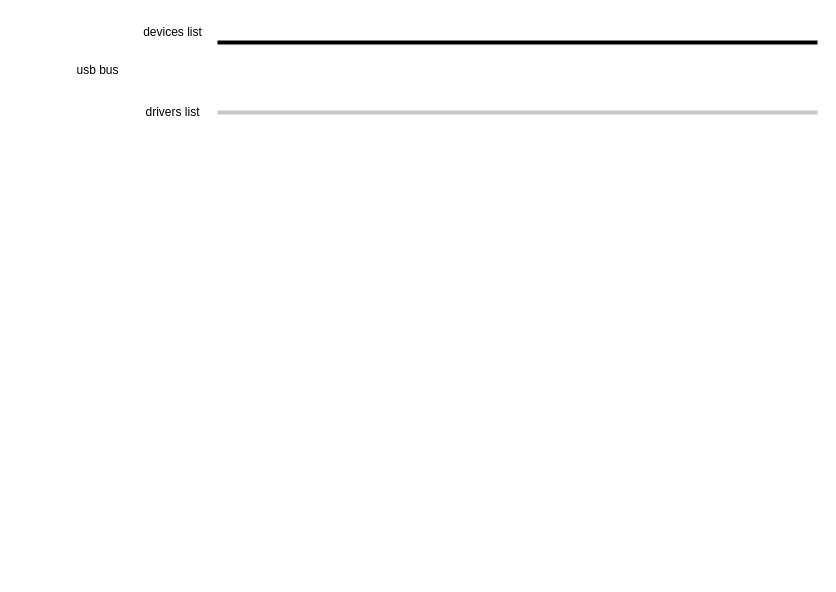
Before: page "第 2 页" (2 of 2) of linux usb 串口驱动框架.drawio in Vinson-001/Blog-flow-chart, a draw.io diagram. Source tidied: cells renumbered, new cells numbered last; positions are measured from the earlier drawing's top-left corner, leaving out a move shared by most shapes. Both pictures are drawn from the tidied source at 100%, with x=0, y=0 at pixel (62, 17).
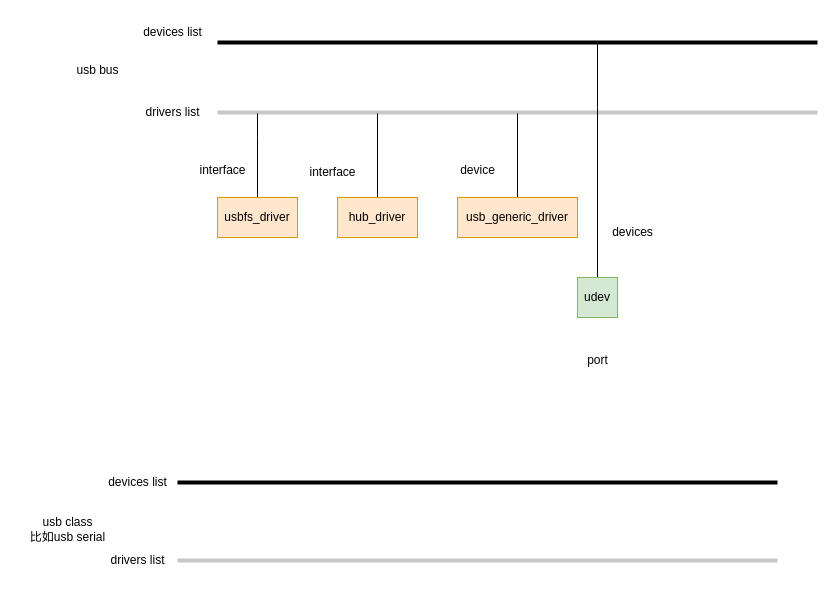
The same page after the edit.

Commit message:
更新linux usb 串口驱动框架.drawio

Unchanged cells that the change refers to:
```xml
<mxCell id="2" style="line;strokeWidth=4;html=1;perimeter=backbonePerimeter;points=[];outlineConnect=0;" parent="1" vertex="1">
  <mxGeometry x="155" y="20" width="600" height="10" as="geometry" />
</mxCell>
<mxCell id="3" style="line;strokeWidth=4;html=1;perimeter=backbonePerimeter;points=[];outlineConnect=0;strokeColor=#C7C7C7;" parent="1" vertex="1">
  <mxGeometry x="155" y="90" width="600" height="10" as="geometry" />
</mxCell>
```

Diff of the diagram source:
```diff
@@
+    <mxCell id="7" style="edgeStyle=orthogonalEdgeStyle;rounded=0;jettySize=auto;html=1;exitX=0.5;exitY=0;exitDx=0;exitDy=0;endArrow=none;endFill=0;" parent="1" edge="1" source="8" target="3">
+      <mxGeometry relative="1" as="geometry">
+        <Array as="points">
+          <mxPoint x="195" y="120" />
+          <mxPoint x="195" y="120" />
+        </Array>
+      </mxGeometry>
+    </mxCell>
+    <mxCell id="8" value="usbfs_driver" style="rounded=0;whiteSpace=wrap;html=1;fillColor=#ffe6cc;strokeColor=#d79b00;" parent="1" vertex="1">
+      <mxGeometry x="155" y="180" width="80" height="40" as="geometry" />
+    </mxCell>
+    <mxCell id="9" style="edgeStyle=orthogonalEdgeStyle;rounded=0;jettySize=auto;html=1;exitX=0.5;exitY=0;exitDx=0;exitDy=0;startArrow=none;startFill=0;endArrow=none;endFill=0;" parent="1" edge="1" source="10">
+      <mxGeometry relative="1" as="geometry">
+        <mxPoint x="315" y="96" as="targetPoint" />
+      </mxGeometry>
+    </mxCell>
+    <mxCell id="10" value="hub_driver" style="rounded=0;whiteSpace=wrap;html=1;fillColor=#ffe6cc;strokeColor=#d79b00;" parent="1" vertex="1">
+      <mxGeometry x="275" y="180" width="80" height="40" as="geometry" />
+    </mxCell>
+    <mxCell id="11" style="edgeStyle=orthogonalEdgeStyle;rounded=0;jettySize=auto;html=1;exitX=0.5;exitY=0;exitDx=0;exitDy=0;endArrow=none;endFill=0;" parent="1" edge="1" source="12" target="3">
+      <mxGeometry relative="1" as="geometry" />
+    </mxCell>
+    <mxCell id="12" value="usb_generic_driver" style="rounded=0;whiteSpace=wrap;html=1;fillColor=#ffe6cc;strokeColor=#d79b00;" parent="1" vertex="1">
+      <mxGeometry x="395" y="180" width="120" height="40" as="geometry" />
+    </mxCell>
+    <mxCell id="13" value="interface" style="text;html=1;align=center;verticalAlign=middle;strokeColor=none;fillColor=none;" parent="1" vertex="1">
+      <mxGeometry x="125" y="138" width="70" height="30" as="geometry" />
+    </mxCell>
+    <mxCell id="14" value="interface" style="text;html=1;align=center;verticalAlign=middle;strokeColor=none;fillColor=none;" parent="1" vertex="1">
+      <mxGeometry x="235" y="140" width="70" height="30" as="geometry" />
+    </mxCell>
+    <mxCell id="15" value="device" style="text;html=1;align=center;verticalAlign=middle;strokeColor=none;fillColor=none;" parent="1" vertex="1">
+      <mxGeometry x="385" y="138" width="60" height="30" as="geometry" />
+    </mxCell>
+    <mxCell id="16" style="edgeStyle=orthogonalEdgeStyle;rounded=0;jettySize=auto;html=1;exitX=0.5;exitY=0;exitDx=0;exitDy=0;endArrow=none;endFill=0;" parent="1" edge="1" source="17" target="2">
+      <mxGeometry relative="1" as="geometry">
+        <Array as="points">
+          <mxPoint x="535" y="90" />
+          <mxPoint x="535" y="90" />
+        </Array>
+      </mxGeometry>
+    </mxCell>
+    <mxCell id="17" value="udev" style="rounded=0;whiteSpace=wrap;html=1;fillColor=#d5e8d4;strokeColor=#82b366;" parent="1" vertex="1">
+      <mxGeometry x="515" y="260" width="40" height="40" as="geometry" />
+    </mxCell>
+    <mxCell id="18" value="port" style="text;html=1;align=center;verticalAlign=middle;strokeColor=none;fillColor=none;" parent="1" vertex="1">
+      <mxGeometry x="515" y="328" width="40" height="30" as="geometry" />
+    </mxCell>
+    <mxCell id="19" style="line;strokeWidth=4;html=1;perimeter=backbonePerimeter;" parent="1" vertex="1">
+      <mxGeometry x="115" y="460" width="600" height="10" as="geometry" />
+    </mxCell>
+    <mxCell id="20" style="line;strokeWidth=4;html=1;perimeter=backbonePerimeter;strokeColor=#C7C7C7;" parent="1" vertex="1">
+      <mxGeometry x="115" y="538" width="600" height="10" as="geometry" />
+    </mxCell>
+    <mxCell id="21" value="usb class&lt;div&gt;比如usb serial&lt;/div&gt;" style="text;html=1;align=center;verticalAlign=middle;strokeColor=none;fillColor=none;" parent="1" vertex="1">
+      <mxGeometry x="-45" y="492" width="100" height="40" as="geometry" />
+    </mxCell>
+    <mxCell id="22" value="devices list" style="text;html=1;align=center;verticalAlign=middle;strokeColor=none;fillColor=none;" parent="1" vertex="1">
+      <mxGeometry x="35" y="450" width="80" height="30" as="geometry" />
+    </mxCell>
+    <mxCell id="23" value="drivers list" style="text;html=1;align=center;verticalAlign=middle;strokeColor=none;fillColor=none;" parent="1" vertex="1">
+      <mxGeometry x="35" y="528" width="80" height="30" as="geometry" />
+    </mxCell>
+    <mxCell id="24" value="devices" style="text;html=1;align=center;verticalAlign=middle;strokeColor=none;fillColor=none;" parent="1" vertex="1">
+      <mxGeometry x="540" y="200" width="60" height="30" as="geometry" />
+    </mxCell>
```
